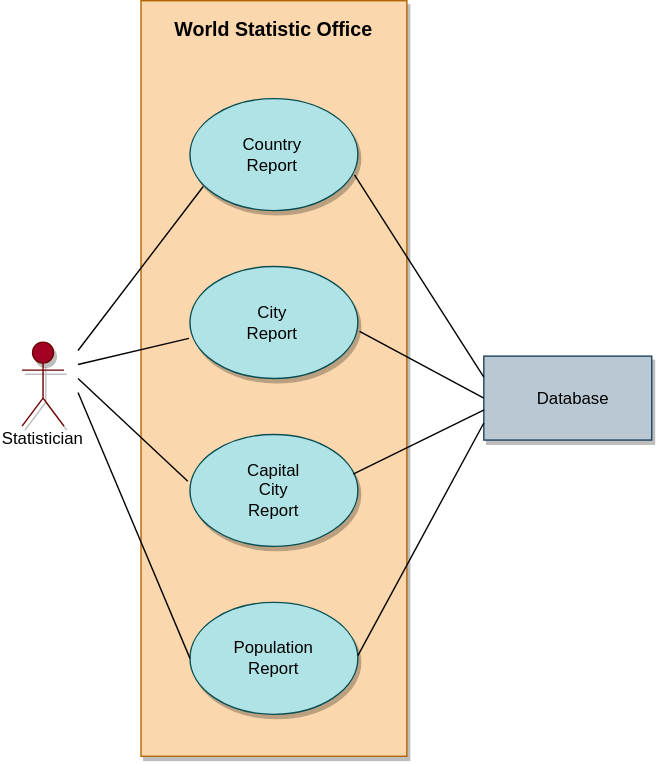
The draw.io diagram uml/user_cases_diagram.svg in xx00a/Group6, before a commit. Source tidied: cells renumbered, new cells last; positions are measured from the earlier drawing's top-left corner, leaving out a move shared by most shapes. The source it was exported from:
```xml
<mxGraphModel>
  <root>
    <mxCell id="0" />
    <mxCell id="1" parent="0" />
    <mxCell id="2" style="rounded=0;whiteSpace=wrap;html=1;fillColor=#fad7ac;strokeColor=#b46504;shadow=1;" parent="1" vertex="1">
      <mxGeometry x="100" width="190" height="540" as="geometry" />
    </mxCell>
    <mxCell id="3" value="Actor" style="shape=umlActor;verticalLabelPosition=bottom;verticalAlign=top;html=1;fillColor=#a20025;fontColor=#ffffff;strokeColor=#6F0000;shadow=1;" parent="1" vertex="1">
      <mxGeometry x="15" y="244" width="30" height="60" as="geometry" />
    </mxCell>
    <mxCell id="4" style="ellipse;whiteSpace=wrap;html=1;fillColor=#b0e3e6;strokeColor=#094F54;shadow=1;" parent="1" vertex="1">
      <mxGeometry x="135" y="70" width="120" height="80" as="geometry" />
    </mxCell>
    <mxCell id="5" value="Country&lt;br&gt;Report" style="text;html=1;strokeColor=none;fillColor=none;align=center;verticalAlign=middle;whiteSpace=wrap;rounded=0;" parent="1" vertex="1">
      <mxGeometry x="164" y="95" width="60" height="30" as="geometry" />
    </mxCell>
    <mxCell id="6" style="ellipse;whiteSpace=wrap;html=1;fillColor=#b0e3e6;strokeColor=#094F54;shadow=1;" parent="1" vertex="1">
      <mxGeometry x="135" y="190" width="120" height="80" as="geometry" />
    </mxCell>
    <mxCell id="7" value="City&lt;br&gt;Report" style="text;html=1;strokeColor=none;fillColor=none;align=center;verticalAlign=middle;whiteSpace=wrap;rounded=0;" parent="1" vertex="1">
      <mxGeometry x="164" y="215" width="60" height="30" as="geometry" />
    </mxCell>
    <mxCell id="8" style="ellipse;whiteSpace=wrap;html=1;fillColor=#b0e3e6;strokeColor=#094F54;shadow=1;" parent="1" vertex="1">
      <mxGeometry x="135" y="310" width="120" height="80" as="geometry" />
    </mxCell>
    <mxCell id="9" value="Capital&lt;br&gt;City&lt;br&gt;Report" style="text;html=1;strokeColor=none;fillColor=none;align=center;verticalAlign=middle;whiteSpace=wrap;rounded=0;" parent="1" vertex="1">
      <mxGeometry x="165" y="335" width="60" height="30" as="geometry" />
    </mxCell>
    <mxCell id="10" style="ellipse;whiteSpace=wrap;html=1;fillColor=#b0e3e6;strokeColor=#094F54;shadow=1;" parent="1" vertex="1">
      <mxGeometry x="135" y="430" width="120" height="80" as="geometry" />
    </mxCell>
    <mxCell id="11" value="Population&lt;br&gt;Report" style="text;html=1;strokeColor=none;fillColor=none;align=center;verticalAlign=middle;whiteSpace=wrap;rounded=0;" parent="1" vertex="1">
      <mxGeometry x="165" y="455" width="60" height="30" as="geometry" />
    </mxCell>
    <mxCell id="12" style="endArrow=none;html=1;rounded=0;entryX=0.079;entryY=0.785;entryDx=0;entryDy=0;entryPerimeter=0;" parent="1" edge="1" target="4">
      <mxGeometry relative="1" as="geometry">
        <mxPoint x="55" y="250" as="sourcePoint" />
      </mxGeometry>
    </mxCell>
    <mxCell id="13" style="endArrow=none;html=1;rounded=0;entryX=-0.006;entryY=0.642;entryDx=0;entryDy=0;entryPerimeter=0;" parent="1" edge="1" target="6">
      <mxGeometry relative="1" as="geometry">
        <mxPoint x="55" y="260" as="sourcePoint" />
      </mxGeometry>
    </mxCell>
    <mxCell id="14" style="endArrow=none;html=1;rounded=0;entryX=-0.013;entryY=0.418;entryDx=0;entryDy=0;entryPerimeter=0;" parent="1" edge="1" target="8">
      <mxGeometry relative="1" as="geometry">
        <mxPoint x="55" y="270" as="sourcePoint" />
      </mxGeometry>
    </mxCell>
    <mxCell id="15" style="endArrow=none;html=1;rounded=0;entryX=0;entryY=0.5;entryDx=0;entryDy=0;" parent="1" edge="1" target="10">
      <mxGeometry relative="1" as="geometry">
        <mxPoint x="55" y="280" as="sourcePoint" />
      </mxGeometry>
    </mxCell>
    <mxCell id="16" style="rounded=0;whiteSpace=wrap;html=1;shadow=1;fillColor=#bac8d3;strokeColor=#23445d;" parent="1" vertex="1">
      <mxGeometry x="345" y="254" width="120" height="60" as="geometry" />
    </mxCell>
    <mxCell id="17" value="Database" style="text;html=1;strokeColor=none;fillColor=none;align=center;verticalAlign=middle;whiteSpace=wrap;rounded=0;" parent="1" vertex="1">
      <mxGeometry x="379" y="270" width="60" height="30" as="geometry" />
    </mxCell>
    <mxCell id="18" style="endArrow=none;html=1;rounded=0;entryX=0.98;entryY=0.681;entryDx=0;entryDy=0;entryPerimeter=0;exitX=0;exitY=0.25;exitDx=0;exitDy=0;" parent="1" edge="1" source="16" target="4">
      <mxGeometry relative="1" as="geometry" />
    </mxCell>
    <mxCell id="19" style="endArrow=none;html=1;rounded=0;entryX=1.01;entryY=0.578;entryDx=0;entryDy=0;entryPerimeter=0;exitX=0;exitY=0.5;exitDx=0;exitDy=0;" parent="1" edge="1" source="16" target="6">
      <mxGeometry relative="1" as="geometry" />
    </mxCell>
    <mxCell id="20" style="endArrow=none;html=1;rounded=0;exitX=0.002;exitY=0.639;exitDx=0;exitDy=0;entryX=0.972;entryY=0.354;entryDx=0;entryDy=0;entryPerimeter=0;exitPerimeter=0;" parent="1" edge="1" source="16" target="8">
      <mxGeometry relative="1" as="geometry" />
    </mxCell>
    <mxCell id="21" style="endArrow=none;html=1;rounded=0;entryX=0.98;entryY=0.681;entryDx=0;entryDy=0;entryPerimeter=0;exitX=0;exitY=0.797;exitDx=0;exitDy=0;exitPerimeter=0;" parent="1" edge="1" source="16">
      <mxGeometry relative="1" as="geometry">
        <mxPoint x="255" y="468" as="targetPoint" />
      </mxGeometry>
    </mxCell>
    <mxCell id="22" value="&lt;b&gt;&lt;font style=&quot;font-size: 14px&quot;&gt;World Statistic Office&lt;/font&gt;&lt;/b&gt;" style="text;html=1;strokeColor=none;fillColor=none;align=center;verticalAlign=middle;whiteSpace=wrap;rounded=0;shadow=1;" parent="1" vertex="1">
      <mxGeometry x="120" y="6" width="150" height="30" as="geometry" />
    </mxCell>
    <mxCell id="23" value="Statistician" style="text;html=1;strokeColor=none;fillColor=none;align=center;verticalAlign=middle;whiteSpace=wrap;rounded=0;shadow=1;" parent="1" vertex="1">
      <mxGeometry y="298" width="60" height="30" as="geometry" />
    </mxCell>
  </root>
</mxGraphModel>
```
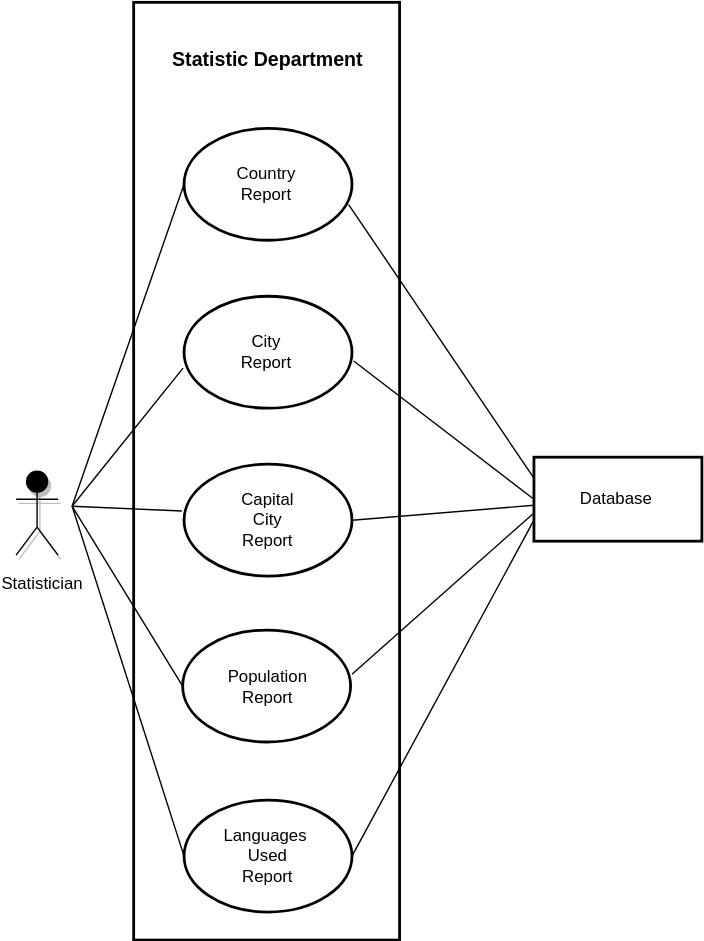
The same file after the commit.

Change to the diagram source:
```diff
@@ -2,61 +2,61 @@
   <root>
     <mxCell id="0" />
     <mxCell id="1" parent="0" />
-    <mxCell id="2" style="rounded=0;whiteSpace=wrap;html=1;fillColor=#fad7ac;strokeColor=#b46504;shadow=1;" parent="1" vertex="1">
-      <mxGeometry x="100" width="190" height="540" as="geometry" />
+    <mxCell id="2" style="rounded=0;whiteSpace=wrap;html=1;fillColor=none;strokeColor=#000;shadow=0;strokeWidth=2;" parent="1" vertex="1">
+      <mxGeometry x="99" y="-20" width="190" height="670" as="geometry" />
     </mxCell>
-    <mxCell id="3" value="Actor" style="shape=umlActor;verticalLabelPosition=bottom;verticalAlign=top;html=1;fillColor=#a20025;fontColor=#ffffff;strokeColor=#6F0000;shadow=1;" parent="1" vertex="1">
-      <mxGeometry x="15" y="244" width="30" height="60" as="geometry" />
+    <mxCell id="3" value="Actor" style="shape=umlActor;verticalLabelPosition=bottom;verticalAlign=top;html=1;fillColor=#000;fontColor=#ffffff;strokeColor=#000;shadow=1;" parent="1" vertex="1">
+      <mxGeometry x="15" y="315" width="30" height="60" as="geometry" />
     </mxCell>
-    <mxCell id="4" style="ellipse;whiteSpace=wrap;html=1;fillColor=#b0e3e6;strokeColor=#094F54;shadow=1;" parent="1" vertex="1">
+    <mxCell id="4" style="ellipse;whiteSpace=wrap;html=1;fillColor=none;strokeColor=#000;shadow=0;strokeWidth=2;" parent="1" vertex="1">
       <mxGeometry x="135" y="70" width="120" height="80" as="geometry" />
     </mxCell>
     <mxCell id="5" value="Country&lt;br&gt;Report" style="text;html=1;strokeColor=none;fillColor=none;align=center;verticalAlign=middle;whiteSpace=wrap;rounded=0;" parent="1" vertex="1">
       <mxGeometry x="164" y="95" width="60" height="30" as="geometry" />
     </mxCell>
-    <mxCell id="6" style="ellipse;whiteSpace=wrap;html=1;fillColor=#b0e3e6;strokeColor=#094F54;shadow=1;" parent="1" vertex="1">
+    <mxCell id="6" style="ellipse;whiteSpace=wrap;html=1;fillColor=none;strokeColor=#000;shadow=0;strokeWidth=2;" parent="1" vertex="1">
       <mxGeometry x="135" y="190" width="120" height="80" as="geometry" />
     </mxCell>
     <mxCell id="7" value="City&lt;br&gt;Report" style="text;html=1;strokeColor=none;fillColor=none;align=center;verticalAlign=middle;whiteSpace=wrap;rounded=0;" parent="1" vertex="1">
       <mxGeometry x="164" y="215" width="60" height="30" as="geometry" />
     </mxCell>
-    <mxCell id="8" style="ellipse;whiteSpace=wrap;html=1;fillColor=#b0e3e6;strokeColor=#094F54;shadow=1;" parent="1" vertex="1">
+    <mxCell id="8" style="ellipse;whiteSpace=wrap;html=1;fillColor=none;strokeColor=#000;shadow=0;strokeWidth=2;" parent="1" vertex="1">
       <mxGeometry x="135" y="310" width="120" height="80" as="geometry" />
     </mxCell>
     <mxCell id="9" value="Capital&lt;br&gt;City&lt;br&gt;Report" style="text;html=1;strokeColor=none;fillColor=none;align=center;verticalAlign=middle;whiteSpace=wrap;rounded=0;" parent="1" vertex="1">
       <mxGeometry x="165" y="335" width="60" height="30" as="geometry" />
     </mxCell>
-    <mxCell id="10" style="ellipse;whiteSpace=wrap;html=1;fillColor=#b0e3e6;strokeColor=#094F54;shadow=1;" parent="1" vertex="1">
-      <mxGeometry x="135" y="430" width="120" height="80" as="geometry" />
+    <mxCell id="10" style="ellipse;whiteSpace=wrap;html=1;fillColor=none;strokeColor=#000;shadow=0;strokeWidth=2;" parent="1" vertex="1">
+      <mxGeometry x="134" y="428.5" width="120" height="80" as="geometry" />
     </mxCell>
     <mxCell id="11" value="Population&lt;br&gt;Report" style="text;html=1;strokeColor=none;fillColor=none;align=center;verticalAlign=middle;whiteSpace=wrap;rounded=0;" parent="1" vertex="1">
-      <mxGeometry x="165" y="455" width="60" height="30" as="geometry" />
+      <mxGeometry x="165" y="456" width="60" height="25" as="geometry" />
     </mxCell>
-    <mxCell id="12" style="endArrow=none;html=1;rounded=0;entryX=0.079;entryY=0.785;entryDx=0;entryDy=0;entryPerimeter=0;" parent="1" edge="1" target="4">
+    <mxCell id="12" style="endArrow=none;html=1;rounded=0;entryX=0;entryY=0.5;entryDx=0;entryDy=0;" parent="1" edge="1" target="4">
       <mxGeometry relative="1" as="geometry">
-        <mxPoint x="55" y="250" as="sourcePoint" />
+        <mxPoint x="55" y="340" as="sourcePoint" />
       </mxGeometry>
     </mxCell>
     <mxCell id="13" style="endArrow=none;html=1;rounded=0;entryX=-0.006;entryY=0.642;entryDx=0;entryDy=0;entryPerimeter=0;" parent="1" edge="1" target="6">
       <mxGeometry relative="1" as="geometry">
-        <mxPoint x="55" y="260" as="sourcePoint" />
+        <mxPoint x="55" y="340" as="sourcePoint" />
       </mxGeometry>
     </mxCell>
     <mxCell id="14" style="endArrow=none;html=1;rounded=0;entryX=-0.013;entryY=0.418;entryDx=0;entryDy=0;entryPerimeter=0;" parent="1" edge="1" target="8">
       <mxGeometry relative="1" as="geometry">
-        <mxPoint x="55" y="270" as="sourcePoint" />
+        <mxPoint x="55" y="340" as="sourcePoint" />
       </mxGeometry>
     </mxCell>
     <mxCell id="15" style="endArrow=none;html=1;rounded=0;entryX=0;entryY=0.5;entryDx=0;entryDy=0;" parent="1" edge="1" target="10">
       <mxGeometry relative="1" as="geometry">
-        <mxPoint x="55" y="280" as="sourcePoint" />
+        <mxPoint x="55" y="340" as="sourcePoint" />
       </mxGeometry>
     </mxCell>
-    <mxCell id="16" style="rounded=0;whiteSpace=wrap;html=1;shadow=1;fillColor=#bac8d3;strokeColor=#23445d;" parent="1" vertex="1">
-      <mxGeometry x="345" y="254" width="120" height="60" as="geometry" />
+    <mxCell id="16" style="rounded=0;whiteSpace=wrap;html=1;shadow=0;fillColor=none;strokeColor=#000;strokeWidth=2;" parent="1" vertex="1">
+      <mxGeometry x="385" y="305" width="120" height="60" as="geometry" />
     </mxCell>
     <mxCell id="17" value="Database" style="text;html=1;strokeColor=none;fillColor=none;align=center;verticalAlign=middle;whiteSpace=wrap;rounded=0;" parent="1" vertex="1">
-      <mxGeometry x="379" y="270" width="60" height="30" as="geometry" />
+      <mxGeometry x="414" y="320" width="60" height="30" as="geometry" />
     </mxCell>
     <mxCell id="18" style="endArrow=none;html=1;rounded=0;entryX=0.98;entryY=0.681;entryDx=0;entryDy=0;entryPerimeter=0;exitX=0;exitY=0.25;exitDx=0;exitDy=0;" parent="1" edge="1" source="16" target="4">
       <mxGeometry relative="1" as="geometry" />
@@ -64,19 +64,36 @@
     <mxCell id="19" style="endArrow=none;html=1;rounded=0;entryX=1.01;entryY=0.578;entryDx=0;entryDy=0;entryPerimeter=0;exitX=0;exitY=0.5;exitDx=0;exitDy=0;" parent="1" edge="1" source="16" target="6">
       <mxGeometry relative="1" as="geometry" />
     </mxCell>
-    <mxCell id="20" style="endArrow=none;html=1;rounded=0;exitX=0.002;exitY=0.639;exitDx=0;exitDy=0;entryX=0.972;entryY=0.354;entryDx=0;entryDy=0;entryPerimeter=0;exitPerimeter=0;" parent="1" edge="1" source="16" target="8">
-      <mxGeometry relative="1" as="geometry" />
+    <mxCell id="20" style="endArrow=none;html=1;rounded=0;exitX=0.002;exitY=0.639;exitDx=0;exitDy=0;entryX=1;entryY=0.5;entryDx=0;entryDy=0;exitPerimeter=0;" parent="1" edge="1" target="8">
+      <mxGeometry relative="1" as="geometry">
+        <mxPoint x="385.2" y="339.3" as="sourcePoint" />
+      </mxGeometry>
     </mxCell>
-    <mxCell id="21" style="endArrow=none;html=1;rounded=0;entryX=0.98;entryY=0.681;entryDx=0;entryDy=0;entryPerimeter=0;exitX=0;exitY=0.797;exitDx=0;exitDy=0;exitPerimeter=0;" parent="1" edge="1" source="16">
+    <mxCell id="21" style="endArrow=none;html=1;rounded=0;entryX=0.98;entryY=0.681;entryDx=0;entryDy=0;entryPerimeter=0;exitX=0;exitY=0.797;exitDx=0;exitDy=0;exitPerimeter=0;" parent="1" edge="1">
       <mxGeometry relative="1" as="geometry">
-        <mxPoint x="255" y="468" as="targetPoint" />
+        <mxPoint x="385" y="344.8" as="sourcePoint" />
+        <mxPoint x="255" y="460" as="targetPoint" />
       </mxGeometry>
     </mxCell>
-    <mxCell id="22" value="&lt;b&gt;&lt;font style=&quot;font-size: 14px&quot;&gt;World Statistic Office&lt;/font&gt;&lt;/b&gt;" style="text;html=1;strokeColor=none;fillColor=none;align=center;verticalAlign=middle;whiteSpace=wrap;rounded=0;shadow=1;" parent="1" vertex="1">
+    <mxCell id="22" value="&lt;b&gt;&lt;font style=&quot;font-size: 14px&quot;&gt;Statistic Department&lt;/font&gt;&lt;/b&gt;" style="text;html=1;strokeColor=none;fillColor=none;align=center;verticalAlign=middle;whiteSpace=wrap;rounded=0;shadow=1;" parent="1" vertex="1">
       <mxGeometry x="120" y="6" width="150" height="30" as="geometry" />
     </mxCell>
     <mxCell id="23" value="Statistician" style="text;html=1;strokeColor=none;fillColor=none;align=center;verticalAlign=middle;whiteSpace=wrap;rounded=0;shadow=1;" parent="1" vertex="1">
-      <mxGeometry y="298" width="60" height="30" as="geometry" />
+      <mxGeometry x="4" y="381" width="60" height="30" as="geometry" />
     </mxCell>
+    <mxCell id="24" style="ellipse;whiteSpace=wrap;html=1;fillColor=none;strokeColor=#000;shadow=0;strokeWidth=2;" parent="1" vertex="1">
+      <mxGeometry x="135" y="550" width="120" height="80" as="geometry" />
+    </mxCell>
+    <mxCell id="25" value="Languages&amp;nbsp;&lt;br&gt;Used&lt;br&gt;Report" style="text;html=1;strokeColor=none;fillColor=none;align=center;verticalAlign=middle;whiteSpace=wrap;rounded=0;" parent="1" vertex="1">
+      <mxGeometry x="165" y="577.5" width="60" height="25" as="geometry" />
+    </mxCell>
+    <mxCell id="26" style="endArrow=none;html=1;rounded=0;entryX=0;entryY=0.5;entryDx=0;entryDy=0;" parent="1" edge="1" target="24">
+      <mxGeometry relative="1" as="geometry">
+        <mxPoint x="55" y="340" as="sourcePoint" />
+      </mxGeometry>
+    </mxCell>
+    <mxCell id="27" style="endArrow=none;html=1;rounded=0;entryX=1;entryY=0.5;entryDx=0;entryDy=0;exitX=0;exitY=0.75;exitDx=0;exitDy=0;" parent="1" edge="1" source="16" target="24">
+      <mxGeometry relative="1" as="geometry" />
+    </mxCell>
   </root>
 </mxGraphModel>
```
